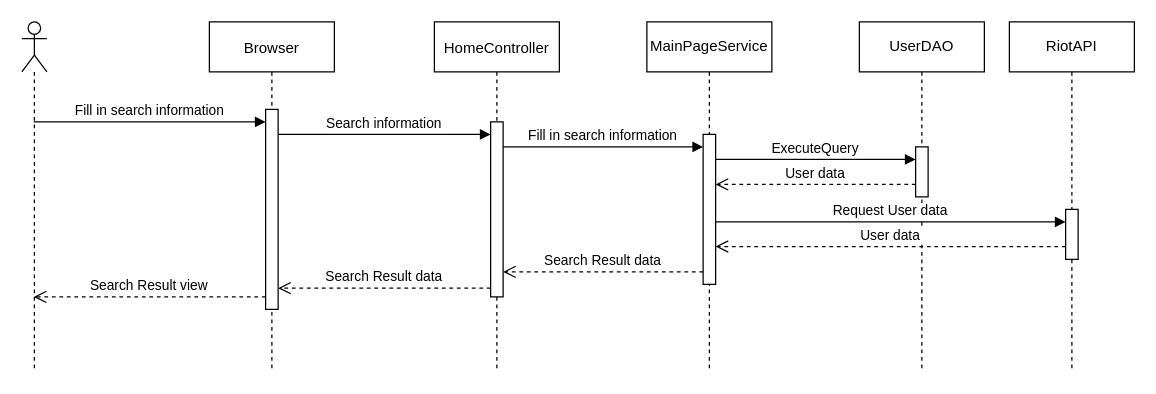
DavidDoanT/Project_DuoLegend keeps this draw.io diagram as Documentation/Diagrams/Sequence-Diagram/SearchUser.drawio. Above is the earlier version. Source tidied: cells renumbered, new cells numbered last; positions are measured from the earlier drawing's top-left corner, leaving out a move shared by most shapes. Both pictures are drawn from the tidied source at 125%, with x=0, y=0 at pixel (21, 21).
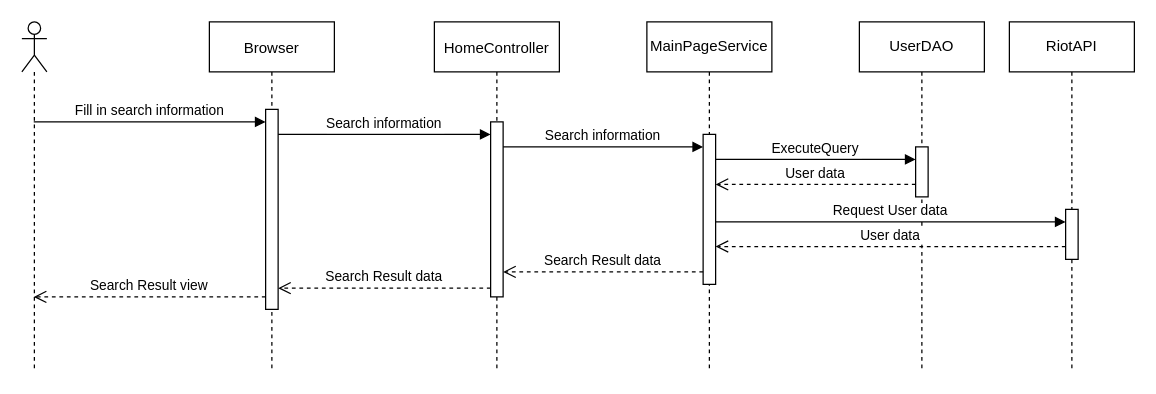
After the change.

Unchanged cells that the change refers to:
```xml
<mxCell id="5" style="points=[];perimeter=orthogonalPerimeter;rounded=0;shadow=0;strokeWidth=1;" parent="4" vertex="1">
  <mxGeometry x="45" y="80" width="10" height="140" as="geometry" />
</mxCell>
<mxCell id="11" style="html=1;points=[];perimeter=orthogonalPerimeter;" parent="10" vertex="1">
  <mxGeometry x="45" y="90" width="10" height="120" as="geometry" />
</mxCell>
```

What changed in the source:
```diff
@@
-    <mxCell id="12" value="Fill in search information" style="verticalAlign=bottom;endArrow=block;shadow=0;strokeWidth=1;" parent="1" edge="1" source="5" target="11">
+    <mxCell id="12" value="Search information" style="verticalAlign=bottom;endArrow=block;shadow=0;strokeWidth=1;" parent="1" edge="1" source="5" target="11">
       <mxGeometry relative="1" as="geometry">
         <Array as="points">
           <mxPoint x="468" y="100" />
         </Array>
       </mxGeometry>
     </mxCell>
```
